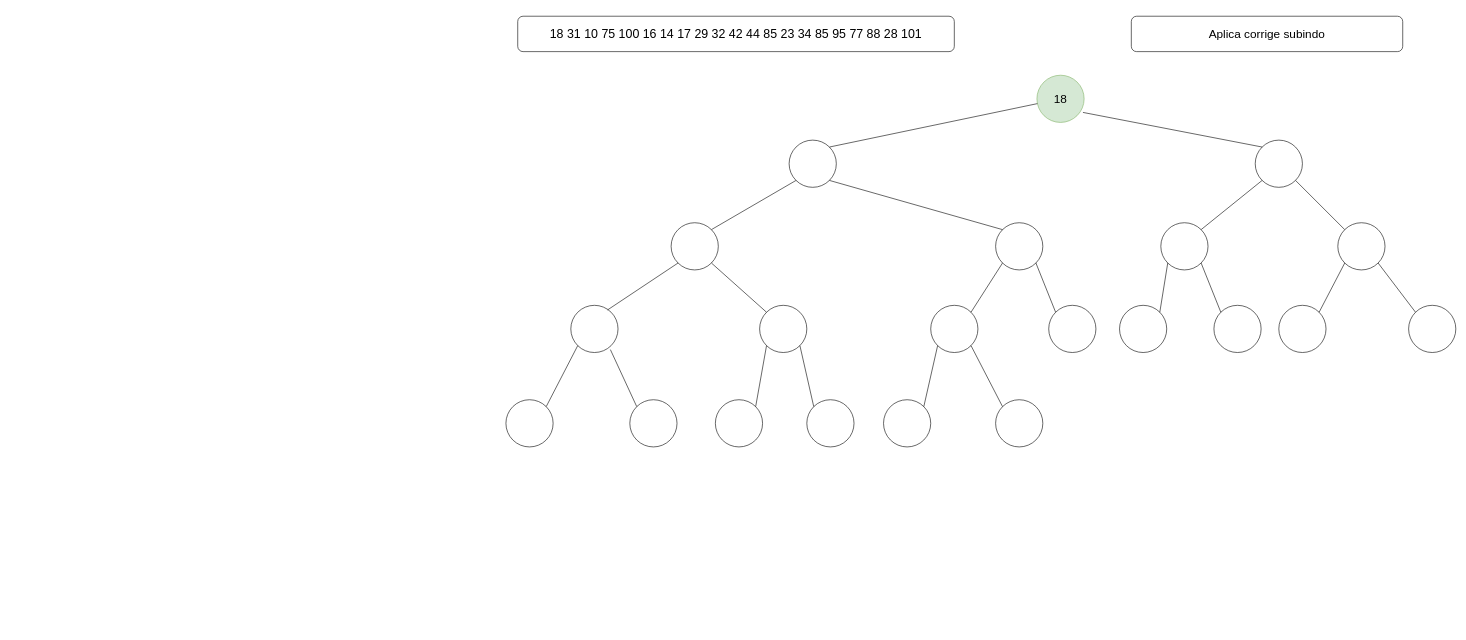
The draw.io diagram page "Etapa 2" (3 of 29) of Diagram_Heap_2.drawio in Xang0/Diagramas-de-Estruturas-de-Dado, before the edit. Source tidied: cells renumbered, new cells numbered last; positions are measured from the earlier drawing's top-left corner, leaving out a move shared by most shapes. Both pictures are drawn from the tidied source at 59%, with x=0, y=0 at pixel (506, 16).
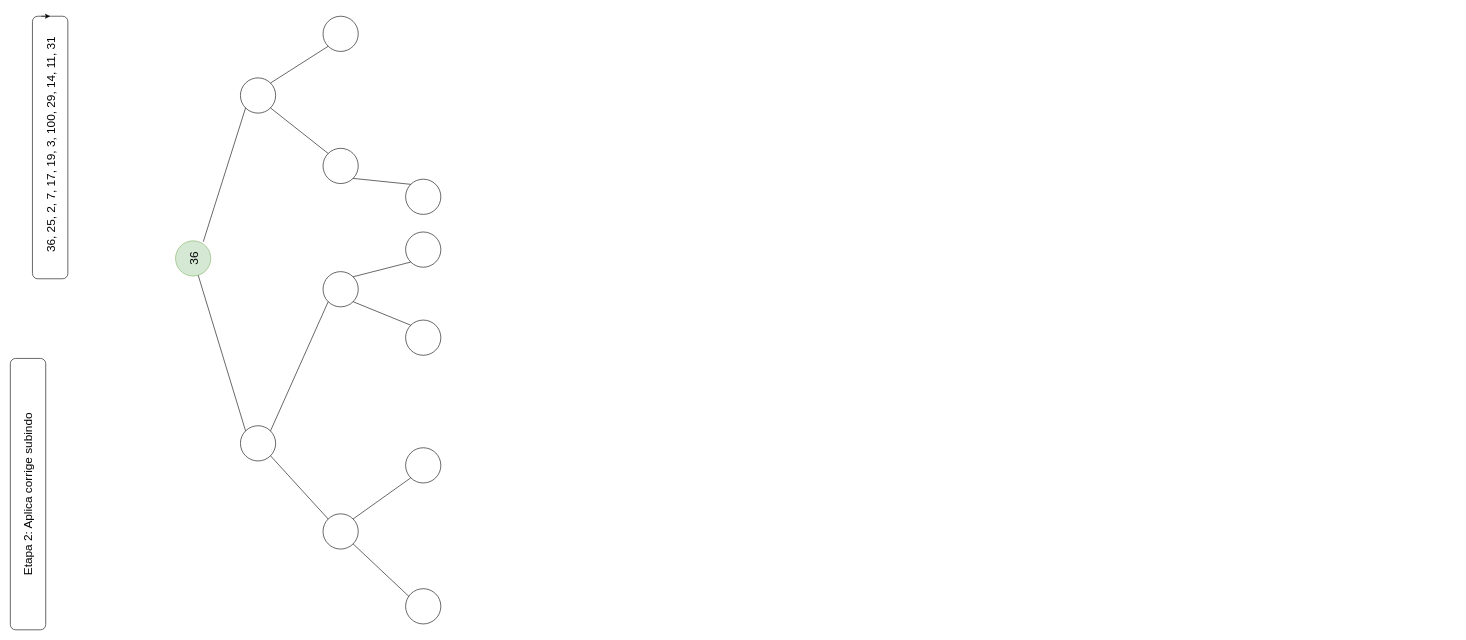
The same page after the edit.

Diff of the diagram source:
```diff
@@
-    <mxCell id="0" />
-    <mxCell id="1" parent="0" />
-    <mxCell id="2" value="&lt;font style=&quot;font-size: 20px;&quot;&gt;18&lt;/font&gt;" style="ellipse;whiteSpace=wrap;html=1;fillColor=#d5e8d4;strokeColor=#82b366;" parent="1" vertex="1">
-      <mxGeometry x="900" y="100" width="80" height="80" as="geometry" />
-    </mxCell>
-    <mxCell id="3" style="ellipse;whiteSpace=wrap;html=1;" parent="1" vertex="1">
-      <mxGeometry x="480" y="210" width="80" height="80" as="geometry" />
-    </mxCell>
-    <mxCell id="4" style="ellipse;whiteSpace=wrap;html=1;" parent="1" vertex="1">
-      <mxGeometry x="1270" y="210" width="80" height="80" as="geometry" />
-    </mxCell>
-    <mxCell id="5" style="endArrow=none;html=1;rounded=0;exitX=1;exitY=0;exitDx=0;exitDy=0;" parent="1" edge="1" source="3" target="2">
-      <mxGeometry relative="1" as="geometry" />
-    </mxCell>
-    <mxCell id="6" style="endArrow=none;html=1;rounded=0;entryX=0.975;entryY=0.788;entryDx=0;entryDy=0;entryPerimeter=0;exitX=0;exitY=0;exitDx=0;exitDy=0;" parent="1" edge="1" source="4" target="2">
-      <mxGeometry relative="1" as="geometry" />
-    </mxCell>
-    <mxCell id="7" style="ellipse;whiteSpace=wrap;html=1;" parent="1" vertex="1">
-      <mxGeometry x="280" y="350" width="80" height="80" as="geometry" />
-    </mxCell>
-    <mxCell id="8" style="ellipse;whiteSpace=wrap;html=1;" parent="1" vertex="1">
-      <mxGeometry x="830" y="350" width="80" height="80" as="geometry" />
-    </mxCell>
-    <mxCell id="9" style="endArrow=none;html=1;rounded=0;entryX=0;entryY=1;entryDx=0;entryDy=0;exitX=1;exitY=0;exitDx=0;exitDy=0;" parent="1" edge="1" source="7" target="3">
-      <mxGeometry relative="1" as="geometry" />
-    </mxCell>
-    <mxCell id="10" style="endArrow=none;html=1;rounded=0;entryX=1;entryY=1;entryDx=0;entryDy=0;exitX=0;exitY=0;exitDx=0;exitDy=0;" parent="1" edge="1" source="8" target="3">
-      <mxGeometry relative="1" as="geometry" />
-    </mxCell>
-    <mxCell id="11" style="ellipse;whiteSpace=wrap;html=1;" parent="1" vertex="1">
-      <mxGeometry x="920" y="490" width="80" height="80" as="geometry" />
-    </mxCell>
-    <mxCell id="12" style="ellipse;whiteSpace=wrap;html=1;" parent="1" vertex="1">
-      <mxGeometry x="720" y="490" width="80" height="80" as="geometry" />
-    </mxCell>
-    <mxCell id="13" style="endArrow=none;html=1;rounded=0;entryX=1;entryY=1;entryDx=0;entryDy=0;exitX=0;exitY=0;exitDx=0;exitDy=0;" parent="1" edge="1" source="11" target="8">
-      <mxGeometry relative="1" as="geometry" />
-    </mxCell>
-    <mxCell id="14" style="endArrow=none;html=1;rounded=0;entryX=0;entryY=1;entryDx=0;entryDy=0;exitX=1;exitY=0;exitDx=0;exitDy=0;" parent="1" edge="1" source="12" target="8">
-      <mxGeometry relative="1" as="geometry" />
-    </mxCell>
-    <mxCell id="15" style="ellipse;whiteSpace=wrap;html=1;" parent="1" vertex="1">
-      <mxGeometry x="830" y="650" width="80" height="80" as="geometry" />
-    </mxCell>
-    <mxCell id="16" style="ellipse;whiteSpace=wrap;html=1;" parent="1" vertex="1">
-      <mxGeometry x="640" y="650" width="80" height="80" as="geometry" />
-    </mxCell>
-    <mxCell id="17" style="endArrow=none;html=1;rounded=0;entryX=1;entryY=1;entryDx=0;entryDy=0;exitX=0;exitY=0;exitDx=0;exitDy=0;" parent="1" edge="1" source="15" target="12">
-      <mxGeometry relative="1" as="geometry" />
-    </mxCell>
-    <mxCell id="18" style="endArrow=none;html=1;rounded=0;exitX=0;exitY=1;exitDx=0;exitDy=0;entryX=1;entryY=0;entryDx=0;entryDy=0;" parent="1" edge="1" source="12" target="16">
-      <mxGeometry relative="1" as="geometry" />
-    </mxCell>
-    <mxCell id="19" style="ellipse;whiteSpace=wrap;html=1;" parent="1" vertex="1">
-      <mxGeometry x="430" y="490" width="80" height="80" as="geometry" />
-    </mxCell>
-    <mxCell id="20" style="ellipse;whiteSpace=wrap;html=1;" parent="1" vertex="1">
-      <mxGeometry x="110" y="490" width="80" height="80" as="geometry" />
-    </mxCell>
-    <mxCell id="21" style="endArrow=none;html=1;rounded=0;entryX=1;entryY=1;entryDx=0;entryDy=0;exitX=0;exitY=0;exitDx=0;exitDy=0;" parent="1" edge="1" source="19" target="7">
-      <mxGeometry relative="1" as="geometry" />
-    </mxCell>
-    <mxCell id="22" style="endArrow=none;html=1;rounded=0;entryX=0;entryY=1;entryDx=0;entryDy=0;exitX=0.775;exitY=0.1;exitDx=0;exitDy=0;exitPerimeter=0;" parent="1" edge="1" source="20" target="7">
-      <mxGeometry relative="1" as="geometry" />
-    </mxCell>
-    <mxCell id="23" style="ellipse;whiteSpace=wrap;html=1;" parent="1" vertex="1">
-      <mxGeometry x="510" y="650" width="80" height="80" as="geometry" />
-    </mxCell>
-    <mxCell id="24" style="ellipse;whiteSpace=wrap;html=1;" parent="1" vertex="1">
-      <mxGeometry x="355" y="650" width="80" height="80" as="geometry" />
-    </mxCell>
-    <mxCell id="25" style="endArrow=none;html=1;rounded=0;exitX=0;exitY=1;exitDx=0;exitDy=0;entryX=1;entryY=0;entryDx=0;entryDy=0;" parent="1" edge="1" source="19" target="24">
-      <mxGeometry relative="1" as="geometry" />
-    </mxCell>
-    <mxCell id="26" style="endArrow=none;html=1;rounded=0;exitX=1;exitY=1;exitDx=0;exitDy=0;entryX=0;entryY=0;entryDx=0;entryDy=0;" parent="1" edge="1" source="19" target="23">
-      <mxGeometry relative="1" as="geometry" />
-    </mxCell>
-    <mxCell id="27" style="ellipse;whiteSpace=wrap;html=1;" parent="1" vertex="1">
-      <mxGeometry x="210" y="650" width="80" height="80" as="geometry" />
-    </mxCell>
-    <mxCell id="28" style="ellipse;whiteSpace=wrap;html=1;" parent="1" vertex="1">
-      <mxGeometry y="650" width="80" height="80" as="geometry" />
-    </mxCell>
-    <mxCell id="29" style="endArrow=none;html=1;rounded=0;exitX=0.838;exitY=0.938;exitDx=0;exitDy=0;exitPerimeter=0;entryX=0;entryY=0;entryDx=0;entryDy=0;" parent="1" edge="1" source="20" target="27">
-      <mxGeometry relative="1" as="geometry" />
-    </mxCell>
-    <mxCell id="30" style="endArrow=none;html=1;rounded=0;entryX=0;entryY=1;entryDx=0;entryDy=0;exitX=1;exitY=0;exitDx=0;exitDy=0;" parent="1" edge="1" source="28" target="20">
-      <mxGeometry relative="1" as="geometry" />
-    </mxCell>
-    <mxCell id="31" style="ellipse;whiteSpace=wrap;html=1;" parent="1" vertex="1">
-      <mxGeometry x="1110" y="350" width="80" height="80" as="geometry" />
-    </mxCell>
-    <mxCell id="32" style="ellipse;whiteSpace=wrap;html=1;" parent="1" vertex="1">
-      <mxGeometry x="1410" y="350" width="80" height="80" as="geometry" />
-    </mxCell>
-    <mxCell id="33" style="endArrow=none;html=1;rounded=0;entryX=0;entryY=1;entryDx=0;entryDy=0;exitX=1;exitY=0;exitDx=0;exitDy=0;" parent="1" edge="1" source="31" target="4">
-      <mxGeometry relative="1" as="geometry" />
-    </mxCell>
-    <mxCell id="34" style="endArrow=none;html=1;rounded=0;entryX=1;entryY=1;entryDx=0;entryDy=0;exitX=0;exitY=0;exitDx=0;exitDy=0;" parent="1" edge="1" source="32" target="4">
-      <mxGeometry relative="1" as="geometry" />
-    </mxCell>
-    <mxCell id="35" style="ellipse;whiteSpace=wrap;html=1;" parent="1" vertex="1">
-      <mxGeometry x="1040" y="490" width="80" height="80" as="geometry" />
-    </mxCell>
-    <mxCell id="36" style="ellipse;whiteSpace=wrap;html=1;" parent="1" vertex="1">
-      <mxGeometry x="1200" y="490" width="80" height="80" as="geometry" />
-    </mxCell>
-    <mxCell id="37" style="endArrow=none;html=1;rounded=0;entryX=0;entryY=1;entryDx=0;entryDy=0;exitX=1;exitY=0;exitDx=0;exitDy=0;" parent="1" edge="1" source="35" target="31">
-      <mxGeometry relative="1" as="geometry" />
-    </mxCell>
-    <mxCell id="38" style="endArrow=none;html=1;rounded=0;entryX=1;entryY=1;entryDx=0;entryDy=0;exitX=0;exitY=0;exitDx=0;exitDy=0;" parent="1" edge="1" source="36" target="31">
-      <mxGeometry relative="1" as="geometry" />
-    </mxCell>
-    <mxCell id="39" style="ellipse;whiteSpace=wrap;html=1;" parent="1" vertex="1">
-      <mxGeometry x="1310" y="490" width="80" height="80" as="geometry" />
-    </mxCell>
-    <mxCell id="40" style="ellipse;whiteSpace=wrap;html=1;" parent="1" vertex="1">
-      <mxGeometry x="1530" y="490" width="80" height="80" as="geometry" />
-    </mxCell>
-    <mxCell id="41" style="endArrow=none;html=1;rounded=0;entryX=0;entryY=1;entryDx=0;entryDy=0;exitX=1;exitY=0;exitDx=0;exitDy=0;" parent="1" edge="1" source="39" target="32">
-      <mxGeometry relative="1" as="geometry" />
-    </mxCell>
-    <mxCell id="42" style="endArrow=none;html=1;rounded=0;entryX=1;entryY=1;entryDx=0;entryDy=0;exitX=0;exitY=0;exitDx=0;exitDy=0;" parent="1" edge="1" source="40" target="32">
-      <mxGeometry relative="1" as="geometry" />
-    </mxCell>
-    <mxCell id="43" value="&lt;font style=&quot;font-size: 21px;&quot;&gt;18 31 10 75 100 16 14 17 29 32 42 44 85 23 34 85 95 77 88 28 101&lt;/font&gt;" style="rounded=1;whiteSpace=wrap;html=1;" parent="1" vertex="1">
-      <mxGeometry x="20" width="740" height="60" as="geometry" />
-    </mxCell>
-    <mxCell id="44" value="&lt;font style=&quot;font-size: 20px;&quot;&gt;Aplica corrige subindo &lt;br&gt;&lt;/font&gt;" style="rounded=1;whiteSpace=wrap;html=1;" parent="1" vertex="1">
-      <mxGeometry x="1060" width="460" height="60" as="geometry" />
-    </mxCell>
+    <mxCell id="45" />
+    <mxCell id="46" parent="45" />
+    <mxCell id="47" style="rounded=1;whiteSpace=wrap;html=1;rotation=-90;" parent="46" vertex="1">
+      <mxGeometry x="-995" y="192.5" width="445" height="60" as="geometry" />
+    </mxCell>
+    <mxCell id="48" value="&lt;font style=&quot;font-size: 20px;&quot;&gt;&lt;span id=&quot;yui_3_17_2_1_1711497508664_1828&quot;&gt;36,&amp;nbsp;&lt;/span&gt;25,&amp;nbsp;2,&amp;nbsp;7,&amp;nbsp;17,&amp;nbsp;19,&amp;nbsp;3,&amp;nbsp;100,&amp;nbsp;29,&amp;nbsp;14,&amp;nbsp;11,&amp;nbsp;31&lt;/font&gt;" style="text;html=1;align=center;verticalAlign=middle;whiteSpace=wrap;rounded=0;rotation=-90;" parent="46" vertex="1">
+      <mxGeometry x="-1000" y="187.5" width="455" height="60" as="geometry" />
+    </mxCell>
+    <mxCell id="49" style="edgeStyle=orthogonalEdgeStyle;rounded=0;orthogonalLoop=1;jettySize=auto;html=1;exitX=1;exitY=0.25;exitDx=0;exitDy=0;entryX=1;entryY=0.5;entryDx=0;entryDy=0;" parent="46" edge="1" source="47" target="47">
+      <mxGeometry relative="1" as="geometry" />
+    </mxCell>
+    <mxCell id="50" value="&lt;font style=&quot;font-size: 20px;&quot;&gt;Etapa 2: &lt;/font&gt;&lt;font style=&quot;font-size: 20px;&quot;&gt;Aplica corrige subindo &lt;br&gt;&lt;/font&gt;" style="rounded=1;whiteSpace=wrap;html=1;rotation=-90;" parent="46" vertex="1">
+      <mxGeometry x="-1040" y="780" width="460" height="60" as="geometry" />
+    </mxCell>
+    <mxCell id="51" value="&lt;font style=&quot;font-size: 20px;&quot;&gt;36&lt;/font&gt;" style="ellipse;whiteSpace=wrap;html=1;rotation=-90;fillColor=#d5e8d4;strokeColor=#82b366;" parent="46" vertex="1">
+      <mxGeometry x="-560" y="380.7" width="59.7" height="59.7" as="geometry" />
+    </mxCell>
+    <mxCell id="52" style="ellipse;whiteSpace=wrap;html=1;rotation=-90;" parent="46" vertex="1">
+      <mxGeometry x="-450" y="694.1" width="59.7" height="59.7" as="geometry" />
+    </mxCell>
+    <mxCell id="53" style="ellipse;whiteSpace=wrap;html=1;rotation=-90;" parent="46" vertex="1">
+      <mxGeometry x="-450" y="104.5" width="59.7" height="59.7" as="geometry" />
+    </mxCell>
+    <mxCell id="54" style="endArrow=none;html=1;rounded=0;exitX=1;exitY=0;exitDx=0;exitDy=0;" parent="46" edge="1" source="52" target="51">
+      <mxGeometry relative="1" as="geometry" />
+    </mxCell>
+    <mxCell id="55" style="endArrow=none;html=1;rounded=0;entryX=0.975;entryY=0.788;entryDx=0;entryDy=0;entryPerimeter=0;exitX=0;exitY=0;exitDx=0;exitDy=0;" parent="46" edge="1" source="53" target="51">
+      <mxGeometry relative="1" as="geometry" />
+    </mxCell>
+    <mxCell id="56" style="ellipse;whiteSpace=wrap;html=1;rotation=-90;" parent="46" vertex="1">
+      <mxGeometry x="-310" y="843.4" width="59.7" height="59.7" as="geometry" />
+    </mxCell>
+    <mxCell id="57" style="ellipse;whiteSpace=wrap;html=1;rotation=-90;" parent="46" vertex="1">
+      <mxGeometry x="-310" y="432.9" width="59.7" height="59.7" as="geometry" />
+    </mxCell>
+    <mxCell id="58" style="endArrow=none;html=1;rounded=0;entryX=0;entryY=1;entryDx=0;entryDy=0;exitX=1;exitY=0;exitDx=0;exitDy=0;" parent="46" edge="1" source="56" target="52">
+      <mxGeometry relative="1" as="geometry" />
+    </mxCell>
+    <mxCell id="59" style="endArrow=none;html=1;rounded=0;entryX=1;entryY=1;entryDx=0;entryDy=0;exitX=0;exitY=0;exitDx=0;exitDy=0;" parent="46" edge="1" source="57" target="52">
+      <mxGeometry relative="1" as="geometry" />
+    </mxCell>
+    <mxCell id="60" style="ellipse;whiteSpace=wrap;html=1;rotation=-90;" parent="46" vertex="1">
+      <mxGeometry x="-170" y="365.7" width="59.7" height="59.7" as="geometry" />
+    </mxCell>
+    <mxCell id="61" style="ellipse;whiteSpace=wrap;html=1;rotation=-90;" parent="46" vertex="1">
+      <mxGeometry x="-170" y="515" width="59.7" height="59.7" as="geometry" />
+    </mxCell>
+    <mxCell id="62" style="endArrow=none;html=1;rounded=0;entryX=1;entryY=1;entryDx=0;entryDy=0;exitX=0;exitY=0;exitDx=0;exitDy=0;" parent="46" edge="1" source="60" target="57">
+      <mxGeometry relative="1" as="geometry" />
+    </mxCell>
+    <mxCell id="63" style="endArrow=none;html=1;rounded=0;entryX=0;entryY=1;entryDx=0;entryDy=0;exitX=1;exitY=0;exitDx=0;exitDy=0;" parent="46" edge="1" source="61" target="57">
+      <mxGeometry relative="1" as="geometry" />
+    </mxCell>
+    <mxCell id="64" style="ellipse;whiteSpace=wrap;html=1;rotation=-90;" parent="46" vertex="1">
+      <mxGeometry x="-170" y="731.4" width="59.7" height="59.7" as="geometry" />
+    </mxCell>
+    <mxCell id="65" style="ellipse;whiteSpace=wrap;html=1;rotation=-90;" parent="46" vertex="1">
+      <mxGeometry x="-170" y="970.3" width="59.7" height="59.7" as="geometry" />
+    </mxCell>
+    <mxCell id="66" style="endArrow=none;html=1;rounded=0;entryX=1;entryY=1;entryDx=0;entryDy=0;exitX=0;exitY=0;exitDx=0;exitDy=0;" parent="46" edge="1" source="64" target="56">
+      <mxGeometry relative="1" as="geometry" />
+    </mxCell>
+    <mxCell id="67" style="endArrow=none;html=1;rounded=0;entryX=0;entryY=1;entryDx=0;entryDy=0;exitX=0.775;exitY=0.1;exitDx=0;exitDy=0;exitPerimeter=0;" parent="46" edge="1" source="65" target="56">
+      <mxGeometry relative="1" as="geometry" />
+    </mxCell>
+    <mxCell id="68" style="ellipse;whiteSpace=wrap;html=1;rotation=-90;" parent="46" vertex="1">
+      <mxGeometry x="-310" y="223.9" width="59.7" height="59.7" as="geometry" />
+    </mxCell>
+    <mxCell id="69" style="ellipse;whiteSpace=wrap;html=1;rotation=-90;" parent="46" vertex="1">
+      <mxGeometry x="-310" width="59.7" height="59.7" as="geometry" />
+    </mxCell>
+    <mxCell id="70" style="endArrow=none;html=1;rounded=0;entryX=0;entryY=1;entryDx=0;entryDy=0;exitX=1;exitY=0;exitDx=0;exitDy=0;" parent="46" edge="1" source="68" target="53">
+      <mxGeometry relative="1" as="geometry" />
+    </mxCell>
+    <mxCell id="71" style="endArrow=none;html=1;rounded=0;entryX=1;entryY=1;entryDx=0;entryDy=0;exitX=0;exitY=0;exitDx=0;exitDy=0;" parent="46" edge="1" source="69" target="53">
+      <mxGeometry relative="1" as="geometry" />
+    </mxCell>
+    <mxCell id="72" style="ellipse;whiteSpace=wrap;html=1;rotation=-90;" parent="46" vertex="1">
+      <mxGeometry x="-170" y="276.2" width="59.7" height="59.7" as="geometry" />
+    </mxCell>
+    <mxCell id="73" style="endArrow=none;html=1;rounded=0;entryX=0;entryY=1;entryDx=0;entryDy=0;exitX=1;exitY=0;exitDx=0;exitDy=0;" parent="46" edge="1" source="72" target="68">
+      <mxGeometry relative="1" as="geometry" />
+    </mxCell>
```
